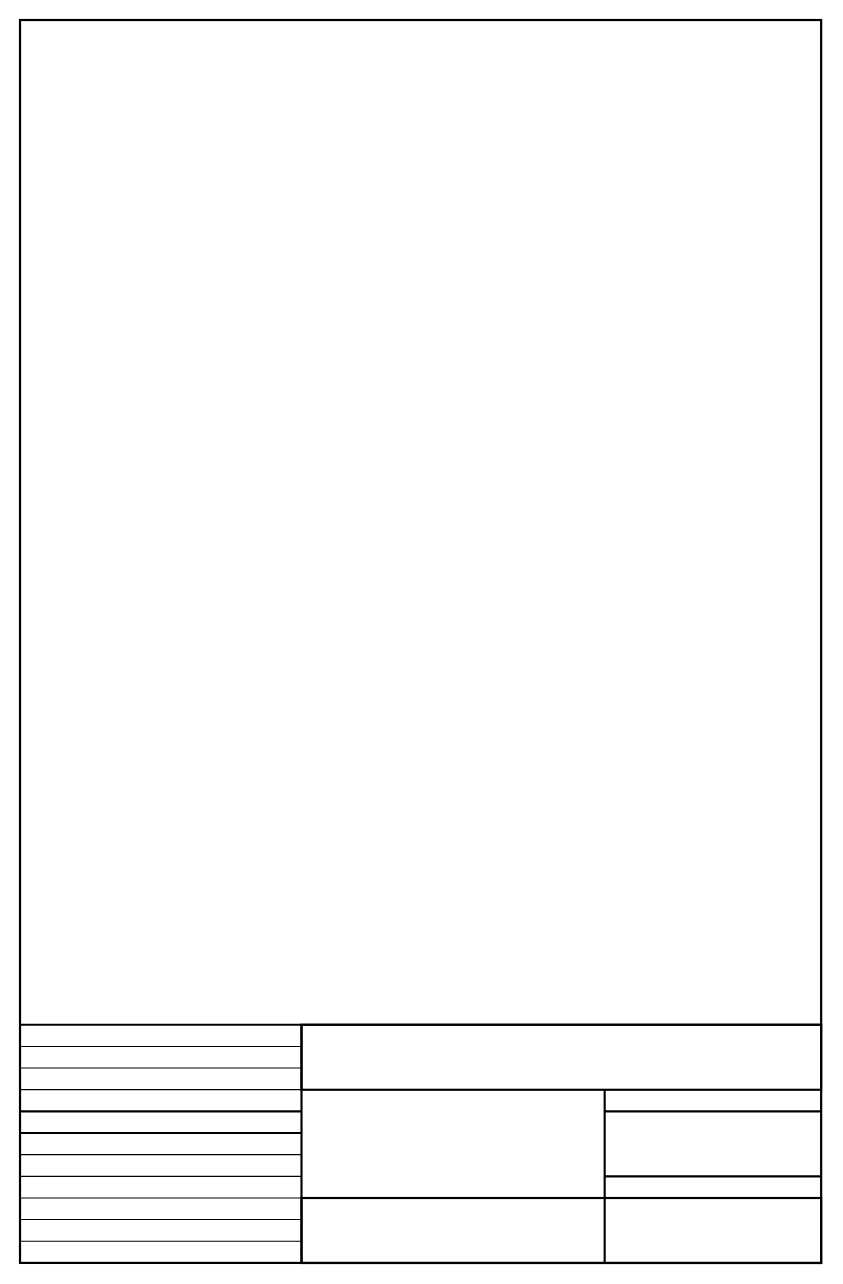
Earlier version of the draw.io diagram A4frame.drawio (flea3/draw). Source tidied: cells renumbered, new cells numbered last; positions are measured from the earlier drawing's top-left corner, leaving out a move shared by most shapes. Both pictures are drawn from the tidied source at 110%, with x=0, y=0 at pixel (20, 20).
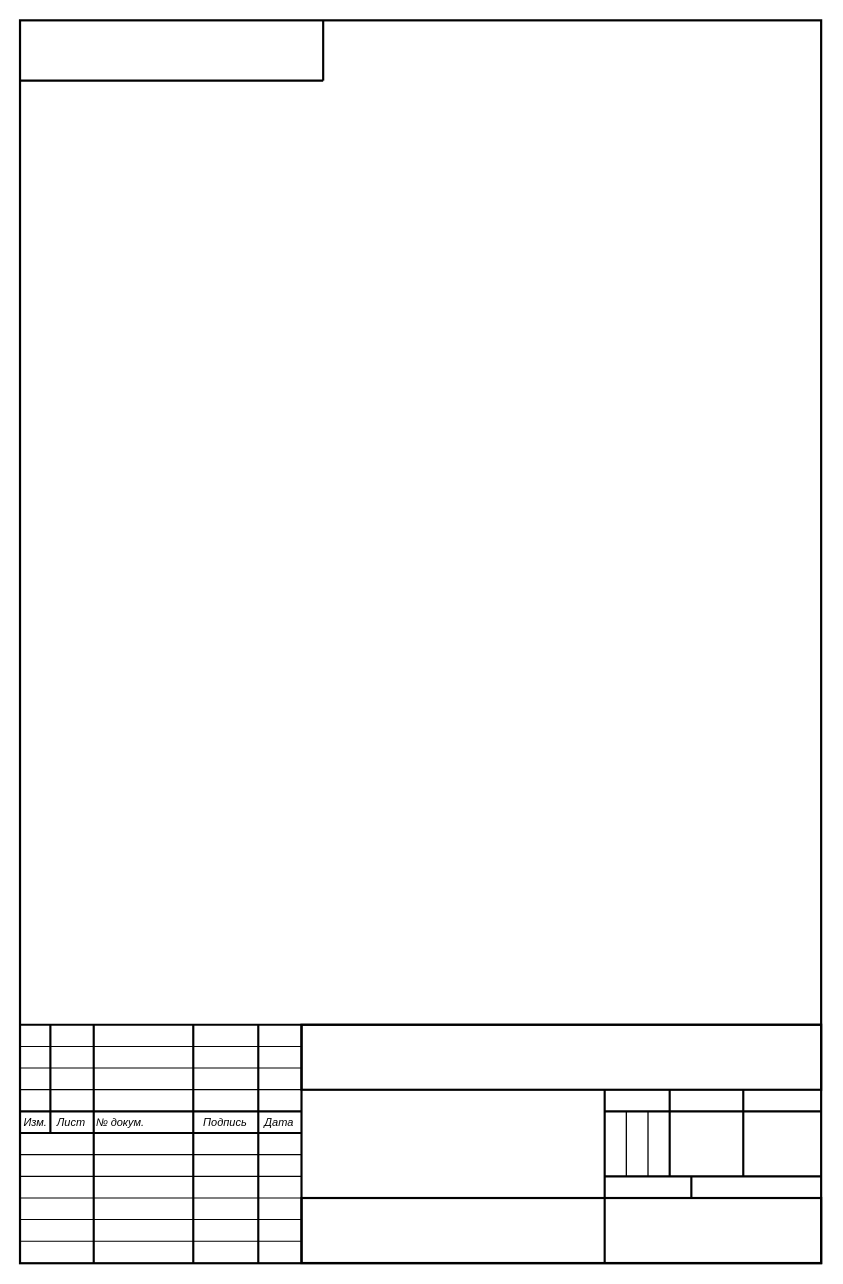
Above is the later version.

The edit, as a diff of the source:
```diff
@@
     <mxCell id="2" style="rounded=0;whiteSpace=wrap;html=1;fillColor=none;strokeWidth=2;" parent="1" vertex="1">
-      <mxGeometry x="-0.3" y="-0.3" width="728.3" height="1129.9" as="geometry" />
+      <mxGeometry x="-0.3" width="728.3" height="1129.9" as="geometry" />
     </mxCell>
@@
+    <mxCell id="20" style="endArrow=none;html=1;rounded=0;strokeWidth=1.9685;endSize=5.9055;" parent="1" edge="1">
+      <mxGeometry relative="1" as="geometry">
+        <mxPoint x="610" y="1070.6" as="sourcePoint" />
+        <mxPoint x="610" y="1050.9" as="targetPoint" />
+      </mxGeometry>
+    </mxCell>
+    <mxCell id="21" style="endArrow=none;html=1;rounded=0;strokeWidth=1.9685;" parent="1" edge="1">
+      <mxGeometry relative="1" as="geometry">
+        <mxPoint x="657.2" y="1050.9" as="sourcePoint" />
+        <mxPoint x="657.2" y="972.1" as="targetPoint" />
+      </mxGeometry>
+    </mxCell>
+    <mxCell id="22" style="endArrow=none;html=1;rounded=0;strokeWidth=1.9685;" parent="1" edge="1">
+      <mxGeometry relative="1" as="geometry">
+        <mxPoint x="590.3" y="1050.9" as="sourcePoint" />
+        <mxPoint x="590.3" y="972.1" as="targetPoint" />
+      </mxGeometry>
+    </mxCell>
+    <mxCell id="23" style="endArrow=none;html=1;rounded=0;strokeWidth=1.1810999999999998;endSize=5.9055;" parent="1" edge="1">
+      <mxGeometry relative="1" as="geometry">
+        <mxPoint x="570.6" y="1050.9" as="sourcePoint" />
+        <mxPoint x="570.6" y="991.8" as="targetPoint" />
+      </mxGeometry>
+    </mxCell>
+    <mxCell id="24" style="endArrow=none;html=1;rounded=0;strokeWidth=1.1810999999999998;endSize=5.9055;" parent="1" edge="1">
+      <mxGeometry relative="1" as="geometry">
+        <mxPoint x="550.9" y="1050.9" as="sourcePoint" />
+        <mxPoint x="550.9" y="991.8" as="targetPoint" />
+      </mxGeometry>
+    </mxCell>
+    <mxCell id="25" style="endArrow=none;html=1;rounded=0;strokeWidth=1.9685;" parent="1" edge="1">
+      <mxGeometry relative="1" as="geometry">
+        <mxPoint x="216.3" y="1129.6" as="sourcePoint" />
+        <mxPoint x="216.3" y="913.1" as="targetPoint" />
+      </mxGeometry>
+    </mxCell>
+    <mxCell id="26" style="endArrow=none;html=1;rounded=0;strokeWidth=1.9685;" parent="1" edge="1">
+      <mxGeometry relative="1" as="geometry">
+        <mxPoint x="157.2" y="1129.6" as="sourcePoint" />
+        <mxPoint x="157.2" y="913.1" as="targetPoint" />
+      </mxGeometry>
+    </mxCell>
+    <mxCell id="27" style="endArrow=none;html=1;rounded=0;strokeWidth=1.9685;" parent="1" edge="1">
+      <mxGeometry relative="1" as="geometry">
+        <mxPoint x="66.7" y="1129.6" as="sourcePoint" />
+        <mxPoint x="66.7" y="913.1" as="targetPoint" />
+      </mxGeometry>
+    </mxCell>
+    <mxCell id="28" style="endArrow=none;html=1;rounded=0;strokeWidth=1.9685;" parent="1" edge="1">
+      <mxGeometry relative="1" as="geometry">
+        <mxPoint x="27.3" y="1011.5" as="sourcePoint" />
+        <mxPoint x="27.3" y="913.1" as="targetPoint" />
+      </mxGeometry>
+    </mxCell>
+    <mxCell id="29" style="endArrow=none;html=1;rounded=0;strokeWidth=1.9685;endSize=5.9055;" parent="1" edge="1">
+      <mxGeometry relative="1" as="geometry">
+        <mxPoint x="-0.3" y="54.8" as="sourcePoint" />
+        <mxPoint x="275.3" y="54.8" as="targetPoint" />
+      </mxGeometry>
+    </mxCell>
+    <mxCell id="30" style="endArrow=none;html=1;rounded=0;strokeWidth=1.9685;" parent="1" edge="1">
+      <mxGeometry relative="1" as="geometry">
+        <mxPoint x="275.3" y="54.8" as="sourcePoint" />
+        <mxPoint x="275.3" y="-0.3" as="targetPoint" />
+      </mxGeometry>
+    </mxCell>
+    <mxCell id="31" value="Изм." style="text;strokeColor=none;align=center;fillColor=none;html=1;verticalAlign=middle;whiteSpace=wrap;rounded=0;fontFamily=Helvetica;fontStyle=2;fontSize=10;" parent="1" vertex="1">
+      <mxGeometry x="-0.3" y="995.8" width="27.6" height="11.8" as="geometry" />
+    </mxCell>
+    <mxCell id="32" value="Лист" style="text;strokeColor=none;align=center;fillColor=none;html=1;verticalAlign=middle;whiteSpace=wrap;rounded=0;fontFamily=Helvetica;fontStyle=2;fontSize=10;" parent="1" vertex="1">
+      <mxGeometry x="27.3" y="995.8" width="39.4" height="11.8" as="geometry" />
+    </mxCell>
+    <mxCell id="33" value="№ докум." style="text;strokeColor=none;align=left;fillColor=none;html=1;verticalAlign=middle;whiteSpace=wrap;rounded=0;fontFamily=Helvetica;fontStyle=2;fontSize=10;" parent="1" vertex="1">
+      <mxGeometry x="66.7" y="995.8" width="90.5" height="11.8" as="geometry" />
+    </mxCell>
+    <mxCell id="34" value="Подпись" style="text;strokeColor=none;align=center;fillColor=none;html=1;verticalAlign=middle;whiteSpace=wrap;rounded=0;fontFamily=Helvetica;fontStyle=2;fontSize=10;" parent="1" vertex="1">
+      <mxGeometry x="157.2" y="995.8" width="59.1" height="11.8" as="geometry" />
+    </mxCell>
+    <mxCell id="35" value="Дата" style="text;strokeColor=none;align=center;fillColor=none;html=1;verticalAlign=middle;whiteSpace=wrap;rounded=0;fontFamily=Helvetica;fontStyle=2;fontSize=10;" parent="1" vertex="1">
+      <mxGeometry x="216.3" y="995.8" width="39.4" height="11.8" as="geometry" />
+    </mxCell>
```
